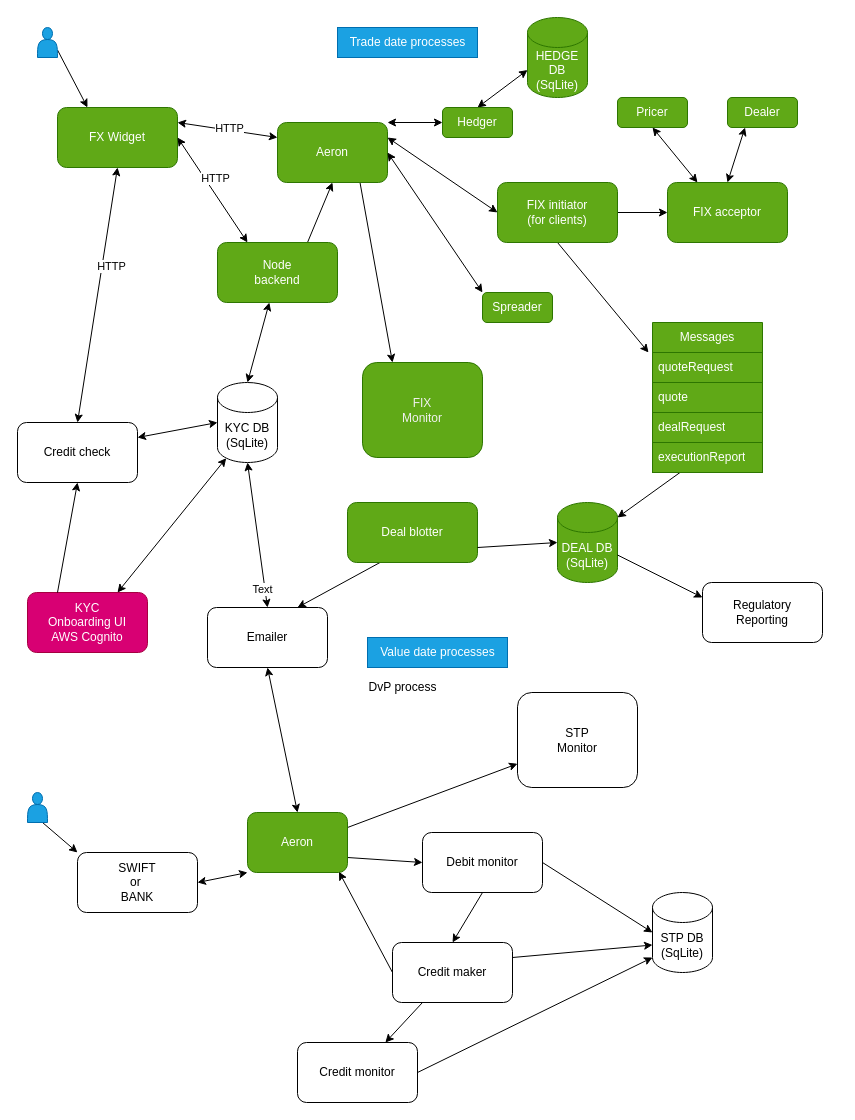
Before: arch.drawio in rupweb/ws-front-end, a draw.io diagram. Source tidied: cells renumbered, new cells numbered last; positions are measured from the earlier drawing's top-left corner, leaving out a move shared by most shapes. Both pictures are drawn from the tidied source at 100%, with x=0, y=0 at pixel (17, 17).
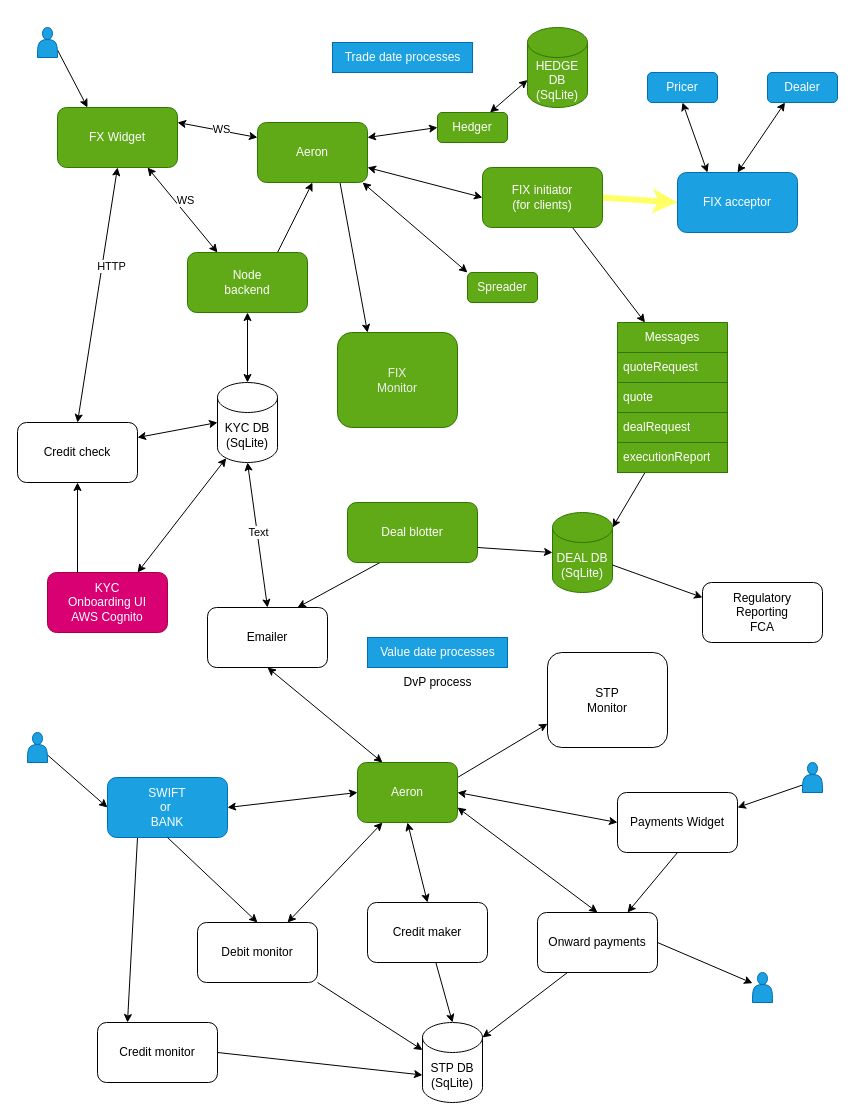
The same diagram, later.

The change refers to these unchanged cells:
```xml
<mxCell id="2" value="FX Widget" style="rounded=1;whiteSpace=wrap;html=1;fillColor=#60a917;fontColor=#ffffff;strokeColor=#2D7600;" parent="1" vertex="1">
  <mxGeometry x="40" y="90" width="120" height="60" as="geometry" />
</mxCell>
<mxCell id="14" style="endArrow=classic;startArrow=classic;html=1;entryX=0;entryY=0.25;entryDx=0;entryDy=0;exitX=1;exitY=0.25;exitDx=0;exitDy=0;" parent="1" edge="1" source="2" target="19">
  <mxGeometry relative="1" as="geometry" />
</mxCell>
<mxCell id="41" style="edgeStyle=none;html=1;exitX=0.5;exitY=0;exitDx=0;exitDy=0;entryX=0.5;entryY=1;entryDx=0;entryDy=0;entryPerimeter=0;startArrow=classic;startFill=1;" parent="1" edge="1" source="43" target="20">
  <mxGeometry relative="1" as="geometry" />
</mxCell>
<mxCell id="43" value="Emailer" style="rounded=1;whiteSpace=wrap;html=1;" parent="1" vertex="1">
  <mxGeometry x="190" y="590" width="120" height="60" as="geometry" />
</mxCell>
```

Diff of the diagram source:
```diff
@@
     <mxCell id="4" value="Node&lt;br&gt;backend" style="rounded=1;whiteSpace=wrap;html=1;fillColor=#60a917;fontColor=#ffffff;strokeColor=#2D7600;" parent="1" vertex="1">
-      <mxGeometry x="200" y="225" width="120" height="60" as="geometry" />
+      <mxGeometry x="170" y="235" width="120" height="60" as="geometry" />
     </mxCell>
-    <mxCell id="5" style="endArrow=classic;startArrow=classic;html=1;entryX=0.25;entryY=0;entryDx=0;entryDy=0;exitX=1;exitY=0.5;exitDx=0;exitDy=0;" parent="1" edge="1" source="2" target="4">
+    <mxCell id="5" style="endArrow=classic;startArrow=classic;html=1;entryX=0.25;entryY=0;entryDx=0;entryDy=0;exitX=0.75;exitY=1;exitDx=0;exitDy=0;" parent="1" edge="1" source="2" target="4">
       <mxGeometry relative="1" as="geometry" />
     </mxCell>
-    <mxCell id="6" value="HTTP" style="edgeLabel;html=1;align=center;verticalAlign=middle;" parent="5" vertex="1">
+    <mxCell id="6" value="WS" style="edgeLabel;html=1;align=center;verticalAlign=middle;" parent="5" vertex="1">
       <mxGeometry x="-0.2" y="-3" relative="1" as="geometry">
         <mxPoint x="12" y="-3" as="offset" />
       </mxGeometry>
     </mxCell>
@@
     <mxCell id="8" value="Messages" style="swimlane;fontStyle=0;horizontal=1;startSize=30;whiteSpace=wrap;html=1;fillColor=#60a917;fontColor=#ffffff;strokeColor=#2D7600;" parent="1" vertex="1">
-      <mxGeometry x="635" y="305" width="110" height="150" as="geometry" />
+      <mxGeometry x="600" y="305" width="110" height="150" as="geometry" />
     </mxCell>
@@
     <mxCell id="13" value="KYC &lt;br&gt;Onboarding UI&lt;br&gt;AWS Cognito" style="rounded=1;whiteSpace=wrap;html=1;fillColor=#d80073;fontColor=#ffffff;strokeColor=#A50040;" parent="1" vertex="1">
-      <mxGeometry x="10" y="575" width="120" height="60" as="geometry" />
+      <mxGeometry x="30" y="555" width="120" height="60" as="geometry" />
     </mxCell>
@@
-    <mxCell id="15" value="HTTP" style="edgeLabel;html=1;align=center;verticalAlign=middle;" parent="14" vertex="1">
+    <mxCell id="15" value="WS" style="edgeLabel;html=1;align=center;verticalAlign=middle;" parent="14" vertex="1">
       <mxGeometry x="-0.2" y="-3" relative="1" as="geometry">
         <mxPoint x="12" y="-3" as="offset" />
       </mxGeometry>
     </mxCell>
@@
-    <mxCell id="17" style="edgeStyle=none;html=1;exitX=1;exitY=0.25;exitDx=0;exitDy=0;entryX=0;entryY=0.5;entryDx=0;entryDy=0;startArrow=classic;startFill=1;" parent="1" edge="1" source="19" target="32">
+    <mxCell id="17" style="edgeStyle=none;html=1;exitX=1;exitY=0.75;exitDx=0;exitDy=0;entryX=0;entryY=0.5;entryDx=0;entryDy=0;startArrow=classic;startFill=1;" parent="1" edge="1" source="19" target="32">
       <mxGeometry relative="1" as="geometry" />
     </mxCell>
-    <mxCell id="18" style="edgeStyle=none;html=1;exitX=1;exitY=0;exitDx=0;exitDy=0;entryX=0;entryY=0.5;entryDx=0;entryDy=0;startArrow=classic;startFill=1;" parent="1" edge="1" source="19" target="66">
+    <mxCell id="18" style="edgeStyle=none;html=1;exitX=1;exitY=0.25;exitDx=0;exitDy=0;entryX=0;entryY=0.5;entryDx=0;entryDy=0;startArrow=classic;startFill=1;" parent="1" edge="1" source="19" target="66">
       <mxGeometry relative="1" as="geometry" />
     </mxCell>
     <mxCell id="19" value="Aeron" style="rounded=1;whiteSpace=wrap;html=1;strokeColor=#2D7600;fillColor=#60a917;fontColor=#ffffff;" parent="1" vertex="1">
-      <mxGeometry x="260" y="105" width="110" height="60" as="geometry" />
+      <mxGeometry x="240" y="105" width="110" height="60" as="geometry" />
     </mxCell>
@@
     <mxCell id="23" value="&lt;font color=&quot;#f0f0f0&quot;&gt;FIX&lt;br&gt;Monitor&lt;/font&gt;" style="rounded=1;whiteSpace=wrap;html=1;fillColor=#60a917;fontColor=#ffffff;strokeColor=#2D7600;" parent="1" vertex="1">
-      <mxGeometry x="345" y="345" width="120" height="95" as="geometry" />
+      <mxGeometry x="320" y="315" width="120" height="95" as="geometry" />
     </mxCell>
@@
-    <mxCell id="30" style="edgeStyle=none;html=1;exitX=1;exitY=0.5;exitDx=0;exitDy=0;entryX=0;entryY=0.5;entryDx=0;entryDy=0;" parent="1" edge="1" source="32" target="33">
+    <mxCell id="30" style="edgeStyle=none;html=1;exitX=1;exitY=0.5;exitDx=0;exitDy=0;entryX=0;entryY=0.5;entryDx=0;entryDy=0;fillColor=#d80073;strokeColor=#FFFF66;strokeWidth=6;" parent="1" edge="1" source="32" target="33">
       <mxGeometry relative="1" as="geometry" />
     </mxCell>
-    <mxCell id="31" style="edgeStyle=none;html=1;exitX=0.5;exitY=1;exitDx=0;exitDy=0;entryX=-0.036;entryY=0.2;entryDx=0;entryDy=0;entryPerimeter=0;" parent="1" edge="1" source="32" target="8">
+    <mxCell id="31" style="edgeStyle=none;html=1;exitX=0.75;exitY=1;exitDx=0;exitDy=0;entryX=0.25;entryY=0;entryDx=0;entryDy=0;" parent="1" edge="1" source="32" target="8">
       <mxGeometry relative="1" as="geometry" />
     </mxCell>
     <mxCell id="32" value="FIX initiator&lt;br&gt;(for clients)" style="rounded=1;whiteSpace=wrap;html=1;fillColor=#60a917;fontColor=#ffffff;strokeColor=#2D7600;" parent="1" vertex="1">
-      <mxGeometry x="480" y="165" width="120" height="60" as="geometry" />
+      <mxGeometry x="465" y="150" width="120" height="60" as="geometry" />
     </mxCell>
-    <mxCell id="33" value="FIX acceptor" style="rounded=1;whiteSpace=wrap;html=1;fillColor=#60a917;fontColor=#ffffff;strokeColor=#2D7600;" parent="1" vertex="1">
-      <mxGeometry x="650" y="165" width="120" height="60" as="geometry" />
+    <mxCell id="33" value="FIX acceptor" style="rounded=1;whiteSpace=wrap;html=1;fillColor=#1ba1e2;fontColor=#ffffff;strokeColor=#006EAF;" parent="1" vertex="1">
+      <mxGeometry x="660" y="155" width="120" height="60" as="geometry" />
     </mxCell>
-    <mxCell id="34" value="Pricer" style="rounded=1;whiteSpace=wrap;html=1;fillColor=#60a917;fontColor=#ffffff;strokeColor=#2D7600;" parent="1" vertex="1">
-      <mxGeometry x="600" y="80" width="70" height="30" as="geometry" />
+    <mxCell id="34" value="Pricer" style="rounded=1;whiteSpace=wrap;html=1;fillColor=#1ba1e2;fontColor=#ffffff;strokeColor=#006EAF;" parent="1" vertex="1">
+      <mxGeometry x="630" y="55" width="70" height="30" as="geometry" />
     </mxCell>
-    <mxCell id="35" value="Dealer" style="rounded=1;whiteSpace=wrap;html=1;fillColor=#60a917;fontColor=#ffffff;strokeColor=#2D7600;" parent="1" vertex="1">
-      <mxGeometry x="710" y="80" width="70" height="30" as="geometry" />
+    <mxCell id="35" value="Dealer" style="rounded=1;whiteSpace=wrap;html=1;fillColor=#1ba1e2;fontColor=#ffffff;strokeColor=#006EAF;" parent="1" vertex="1">
+      <mxGeometry x="750" y="55" width="70" height="30" as="geometry" />
     </mxCell>
@@
     <mxCell id="38" value="Trade date processes" style="text;html=1;align=center;verticalAlign=middle;strokeColor=#006EAF;fillColor=#1ba1e2;fontColor=#ffffff;" parent="1" vertex="1">
-      <mxGeometry x="320" y="10" width="140" height="30" as="geometry" />
+      <mxGeometry x="315" y="25" width="140" height="30" as="geometry" />
     </mxCell>
@@
     <mxCell id="42" value="Text" style="edgeLabel;html=1;align=center;verticalAlign=middle;" parent="41" vertex="1">
-      <mxGeometry x="-0.74" y="3" relative="1" as="geometry" />
+      <mxGeometry x="-0.74" y="3" relative="1" as="geometry">
+        <mxPoint x="-4" y="-57" as="offset" />
+      </mxGeometry>
     </mxCell>
@@
+    <mxCell id="75" style="edgeStyle=none;html=1;exitX=0.25;exitY=1;exitDx=0;exitDy=0;entryX=0.25;entryY=0;entryDx=0;entryDy=0;" parent="1" edge="1" source="44" target="70">
+      <mxGeometry relative="1" as="geometry" />
+    </mxCell>
-    <mxCell id="44" value="SWIFT&lt;br&gt;or&amp;nbsp;&lt;br&gt;BANK" style="rounded=1;whiteSpace=wrap;html=1;" parent="1" vertex="1">
-      <mxGeometry x="60" y="835" width="120" height="60" as="geometry" />
+    <mxCell id="44" value="SWIFT&lt;br&gt;or&amp;nbsp;&lt;br&gt;BANK" style="rounded=1;whiteSpace=wrap;html=1;fillColor=#1ba1e2;fontColor=#ffffff;strokeColor=#006EAF;" parent="1" vertex="1">
+      <mxGeometry x="90" y="760" width="120" height="60" as="geometry" />
     </mxCell>
-    <mxCell id="45" style="edgeStyle=none;html=1;exitX=0.5;exitY=1;exitDx=0;exitDy=0;entryX=0.5;entryY=0;entryDx=0;entryDy=0;" parent="1" edge="1" source="47" target="56">
-      <mxGeometry relative="1" as="geometry" />
-    </mxCell>
-    <mxCell id="46" style="edgeStyle=none;html=1;exitX=1;exitY=0.5;exitDx=0;exitDy=0;entryX=0;entryY=0.5;entryDx=0;entryDy=0;entryPerimeter=0;startArrow=none;startFill=0;" parent="1" edge="1" source="47" target="68">
+    <mxCell id="46" style="edgeStyle=none;html=1;exitX=1;exitY=1;exitDx=0;exitDy=0;entryX=0;entryY=0;entryDx=0;entryDy=27.5;entryPerimeter=0;startArrow=none;startFill=0;" parent="1" edge="1" source="47" target="68">
       <mxGeometry relative="1" as="geometry" />
     </mxCell>
+    <mxCell id="76" style="edgeStyle=none;html=1;exitX=0.75;exitY=0;exitDx=0;exitDy=0;entryX=0.25;entryY=1;entryDx=0;entryDy=0;startArrow=classic;startFill=1;" parent="1" edge="1" source="47" target="50">
+      <mxGeometry relative="1" as="geometry" />
+    </mxCell>
     <mxCell id="47" value="Debit monitor" style="rounded=1;whiteSpace=wrap;html=1;" parent="1" vertex="1">
-      <mxGeometry x="405" y="815" width="120" height="60" as="geometry" />
+      <mxGeometry x="180" y="905" width="120" height="60" as="geometry" />
     </mxCell>
-    <mxCell id="48" style="edgeStyle=none;html=1;exitX=1;exitY=0.75;exitDx=0;exitDy=0;entryX=0;entryY=0.5;entryDx=0;entryDy=0;" parent="1" edge="1" source="50" target="47">
+    <mxCell id="48" style="edgeStyle=none;html=1;exitX=0.5;exitY=1;exitDx=0;exitDy=0;entryX=0.5;entryY=0;entryDx=0;entryDy=0;" parent="1" edge="1" source="44" target="47">
       <mxGeometry relative="1" as="geometry" />
     </mxCell>
@@
     <mxCell id="50" value="Aeron" style="rounded=1;whiteSpace=wrap;html=1;fillColor=#60a917;fontColor=#ffffff;strokeColor=#2D7600;" parent="1" vertex="1">
-      <mxGeometry x="230" y="795" width="100" height="60" as="geometry" />
+      <mxGeometry x="340" y="745" width="100" height="60" as="geometry" />
     </mxCell>
     <mxCell id="51" value="STP&lt;br&gt;Monitor" style="rounded=1;whiteSpace=wrap;html=1;" parent="1" vertex="1">
-      <mxGeometry x="500" y="675" width="120" height="95" as="geometry" />
+      <mxGeometry x="530" y="635" width="120" height="95" as="geometry" />
     </mxCell>
-    <mxCell id="52" style="endArrow=classic;startArrow=classic;html=1;entryX=1;entryY=0.5;entryDx=0;entryDy=0;exitX=0;exitY=1;exitDx=0;exitDy=0;" parent="1" edge="1" source="50" target="44">
+    <mxCell id="52" style="endArrow=classic;startArrow=classic;html=1;entryX=1;entryY=0.5;entryDx=0;entryDy=0;exitX=0;exitY=0.5;exitDx=0;exitDy=0;" parent="1" edge="1" source="50" target="44">
       <mxGeometry relative="1" as="geometry" />
     </mxCell>
-    <mxCell id="53" style="edgeStyle=none;html=1;exitX=0;exitY=0.5;exitDx=0;exitDy=0;entryX=0.915;entryY=0.988;entryDx=0;entryDy=0;entryPerimeter=0;" parent="1" edge="1" source="56" target="50">
+    <mxCell id="53" style="edgeStyle=none;html=1;exitX=0.5;exitY=0;exitDx=0;exitDy=0;entryX=0.5;entryY=1;entryDx=0;entryDy=0;startArrow=classic;startFill=1;" parent="1" edge="1" source="56" target="50">
       <mxGeometry relative="1" as="geometry" />
     </mxCell>
-    <mxCell id="54" style="edgeStyle=none;html=1;exitX=0.25;exitY=1;exitDx=0;exitDy=0;startArrow=none;startFill=0;" parent="1" edge="1" source="56" target="70">
-      <mxGeometry relative="1" as="geometry" />
-    </mxCell>
-    <mxCell id="55" style="edgeStyle=none;html=1;exitX=1;exitY=0.25;exitDx=0;exitDy=0;entryX=0;entryY=0;entryDx=0;entryDy=52.5;entryPerimeter=0;startArrow=none;startFill=0;" parent="1" edge="1" source="56" target="68">
+    <mxCell id="55" style="edgeStyle=none;html=1;entryX=0.5;entryY=0;entryDx=0;entryDy=0;entryPerimeter=0;startArrow=none;startFill=0;" parent="1" edge="1" source="56" target="68">
       <mxGeometry relative="1" as="geometry" />
     </mxCell>
     <mxCell id="56" value="Credit maker" style="rounded=1;whiteSpace=wrap;html=1;" parent="1" vertex="1">
-      <mxGeometry x="375" y="925" width="120" height="60" as="geometry" />
+      <mxGeometry x="350" y="885" width="120" height="60" as="geometry" />
     </mxCell>
-    <mxCell id="57" style="endArrow=classic;startArrow=classic;html=1;entryX=0.5;entryY=0;entryDx=0;entryDy=0;exitX=0.5;exitY=1;exitDx=0;exitDy=0;" parent="1" edge="1" source="43" target="50">
+    <mxCell id="57" style="endArrow=classic;startArrow=classic;html=1;entryX=0.25;entryY=0;entryDx=0;entryDy=0;exitX=0.5;exitY=1;exitDx=0;exitDy=0;" parent="1" edge="1" source="43" target="50">
       <mxGeometry relative="1" as="geometry" />
     </mxCell>
     <mxCell id="58" value="DvP process" style="text;html=1;align=center;verticalAlign=middle;strokeColor=none;fillColor=none;" parent="1" vertex="1">
-      <mxGeometry x="340" y="655" width="90" height="30" as="geometry" />
+      <mxGeometry x="375" y="650" width="90" height="30" as="geometry" />
     </mxCell>
-    <mxCell id="59" value="Regulatory&lt;br&gt;Reporting" style="rounded=1;whiteSpace=wrap;html=1;" parent="1" vertex="1">
+    <mxCell id="59" value="Regulatory&lt;br&gt;Reporting&lt;br&gt;FCA" style="rounded=1;whiteSpace=wrap;html=1;" parent="1" vertex="1">
       <mxGeometry x="685" y="565" width="120" height="60" as="geometry" />
     </mxCell>
@@
     <mxCell id="61" value="DEAL DB&lt;br&gt;(SqLite)" style="shape=cylinder3;whiteSpace=wrap;html=1;boundedLbl=1;backgroundOutline=1;size=15;fillColor=#60a917;fontColor=#ffffff;strokeColor=#2D7600;" parent="1" vertex="1">
-      <mxGeometry x="540" y="485" width="60" height="80" as="geometry" />
+      <mxGeometry x="535" y="495" width="60" height="80" as="geometry" />
     </mxCell>
@@
     <mxCell id="63" value="Spreader" style="rounded=1;whiteSpace=wrap;html=1;fillColor=#60a917;fontColor=#ffffff;strokeColor=#2D7600;" parent="1" vertex="1">
-      <mxGeometry x="465" y="275" width="70" height="30" as="geometry" />
+      <mxGeometry x="450" y="255" width="70" height="30" as="geometry" />
     </mxCell>
-    <mxCell id="64" style="edgeStyle=none;html=1;exitX=0;exitY=0;exitDx=0;exitDy=0;entryX=1;entryY=0.5;entryDx=0;entryDy=0;startArrow=classic;startFill=1;" parent="1" edge="1" source="63" target="19">
+    <mxCell id="64" style="edgeStyle=none;html=1;exitX=0;exitY=0;exitDx=0;exitDy=0;entryX=0.955;entryY=1;entryDx=0;entryDy=0;startArrow=classic;startFill=1;entryPerimeter=0;" parent="1" edge="1" source="63" target="19">
       <mxGeometry relative="1" as="geometry" />
     </mxCell>
-    <mxCell id="65" style="edgeStyle=none;html=1;exitX=0.5;exitY=0;exitDx=0;exitDy=0;entryX=0;entryY=0;entryDx=0;entryDy=52.5;entryPerimeter=0;startArrow=classic;startFill=1;" parent="1" edge="1" source="66" target="67">
+    <mxCell id="65" style="edgeStyle=none;html=1;exitX=0.75;exitY=0;exitDx=0;exitDy=0;entryX=0;entryY=0;entryDx=0;entryDy=52.5;entryPerimeter=0;startArrow=classic;startFill=1;" parent="1" edge="1" source="66" target="67">
       <mxGeometry relative="1" as="geometry" />
     </mxCell>
     <mxCell id="66" value="Hedger" style="rounded=1;whiteSpace=wrap;html=1;fillColor=#60a917;fontColor=#ffffff;strokeColor=#2D7600;" parent="1" vertex="1">
-      <mxGeometry x="425" y="90" width="70" height="30" as="geometry" />
+      <mxGeometry x="420" y="95" width="70" height="30" as="geometry" />
     </mxCell>
     <mxCell id="67" value="HEDGE DB&lt;br&gt;(SqLite)" style="shape=cylinder3;whiteSpace=wrap;html=1;boundedLbl=1;backgroundOutline=1;size=15;fillColor=#60a917;fontColor=#ffffff;strokeColor=#2D7600;" parent="1" vertex="1">
-      <mxGeometry x="510" width="60" height="80" as="geometry" />
+      <mxGeometry x="510" y="10" width="60" height="80" as="geometry" />
     </mxCell>
     <mxCell id="68" value="STP DB&lt;br&gt;(SqLite)" style="shape=cylinder3;whiteSpace=wrap;html=1;boundedLbl=1;backgroundOutline=1;size=15;" parent="1" vertex="1">
-      <mxGeometry x="635" y="875" width="60" height="80" as="geometry" />
+      <mxGeometry x="405" y="1005" width="60" height="80" as="geometry" />
     </mxCell>
-    <mxCell id="69" style="edgeStyle=none;html=1;exitX=1;exitY=0.5;exitDx=0;exitDy=0;entryX=0;entryY=1;entryDx=0;entryDy=-15;entryPerimeter=0;startArrow=none;startFill=0;" parent="1" edge="1" source="70" target="68">
+    <mxCell id="69" style="edgeStyle=none;html=1;exitX=1;exitY=0.5;exitDx=0;exitDy=0;entryX=0;entryY=0;entryDx=0;entryDy=52.5;entryPerimeter=0;startArrow=none;startFill=0;" parent="1" edge="1" source="70" target="68">
       <mxGeometry relative="1" as="geometry" />
     </mxCell>
     <mxCell id="70" value="Credit&amp;nbsp;monitor" style="rounded=1;whiteSpace=wrap;html=1;" parent="1" vertex="1">
-      <mxGeometry x="280" y="1025" width="120" height="60" as="geometry" />
+      <mxGeometry x="80" y="1005" width="120" height="60" as="geometry" />
     </mxCell>
-    <mxCell id="71" style="edgeStyle=none;html=1;exitX=0.75;exitY=1;exitDx=0;exitDy=0;entryX=0;entryY=0;entryDx=0;entryDy=0;startArrow=none;startFill=0;" parent="1" edge="1" source="72" target="44">
+    <mxCell id="71" style="edgeStyle=none;html=1;exitX=1;exitY=0.75;exitDx=0;exitDy=0;entryX=0;entryY=0.5;entryDx=0;entryDy=0;startArrow=none;startFill=0;" parent="1" edge="1" source="72" target="44">
       <mxGeometry relative="1" as="geometry" />
     </mxCell>
     <mxCell id="72" style="shape=actor;whiteSpace=wrap;html=1;fillColor=#1ba1e2;fontColor=#ffffff;strokeColor=#006EAF;" parent="1" vertex="1">
-      <mxGeometry x="10" y="775" width="20" height="30" as="geometry" />
+      <mxGeometry x="10" y="715" width="20" height="30" as="geometry" />
     </mxCell>
@@
+    <mxCell id="77" style="edgeStyle=none;html=1;exitX=0.5;exitY=0;exitDx=0;exitDy=0;entryX=1;entryY=0.75;entryDx=0;entryDy=0;startArrow=classic;startFill=1;" parent="1" edge="1" source="80" target="50">
+      <mxGeometry relative="1" as="geometry" />
+    </mxCell>
+    <mxCell id="78" style="edgeStyle=none;html=1;exitX=0.25;exitY=1;exitDx=0;exitDy=0;entryX=1;entryY=0;entryDx=0;entryDy=15;entryPerimeter=0;" parent="1" edge="1" source="80" target="68">
+      <mxGeometry relative="1" as="geometry" />
+    </mxCell>
+    <mxCell id="79" style="edgeStyle=none;html=1;exitX=1;exitY=0.5;exitDx=0;exitDy=0;startArrow=none;startFill=0;" parent="1" edge="1" source="80" target="86">
+      <mxGeometry relative="1" as="geometry" />
+    </mxCell>
+    <mxCell id="80" value="Onward payments" style="rounded=1;whiteSpace=wrap;html=1;" parent="1" vertex="1">
+      <mxGeometry x="520" y="895" width="120" height="60" as="geometry" />
+    </mxCell>
+    <mxCell id="81" style="edgeStyle=none;html=1;exitX=0.5;exitY=1;exitDx=0;exitDy=0;entryX=0.75;entryY=0;entryDx=0;entryDy=0;" parent="1" edge="1" source="83" target="80">
+      <mxGeometry relative="1" as="geometry" />
+    </mxCell>
+    <mxCell id="82" style="edgeStyle=none;html=1;exitX=0;exitY=0.5;exitDx=0;exitDy=0;entryX=1;entryY=0.5;entryDx=0;entryDy=0;startArrow=classic;startFill=1;" parent="1" edge="1" source="83" target="50">
+      <mxGeometry relative="1" as="geometry" />
+    </mxCell>
+    <mxCell id="83" value="Payments Widget" style="rounded=1;whiteSpace=wrap;html=1;" parent="1" vertex="1">
+      <mxGeometry x="600" y="775" width="120" height="60" as="geometry" />
+    </mxCell>
+    <mxCell id="84" style="edgeStyle=none;html=1;exitX=0;exitY=0.75;exitDx=0;exitDy=0;entryX=1;entryY=0.25;entryDx=0;entryDy=0;startArrow=none;startFill=0;" parent="1" edge="1" source="85" target="83">
+      <mxGeometry relative="1" as="geometry" />
+    </mxCell>
+    <mxCell id="85" style="shape=actor;whiteSpace=wrap;html=1;fillColor=#1ba1e2;fontColor=#ffffff;strokeColor=#006EAF;" parent="1" vertex="1">
+      <mxGeometry x="785" y="745" width="20" height="30" as="geometry" />
+    </mxCell>
+    <mxCell id="86" style="shape=actor;whiteSpace=wrap;html=1;fillColor=#1ba1e2;fontColor=#ffffff;strokeColor=#006EAF;" parent="1" vertex="1">
+      <mxGeometry x="735" y="955" width="20" height="30" as="geometry" />
+    </mxCell>
```
